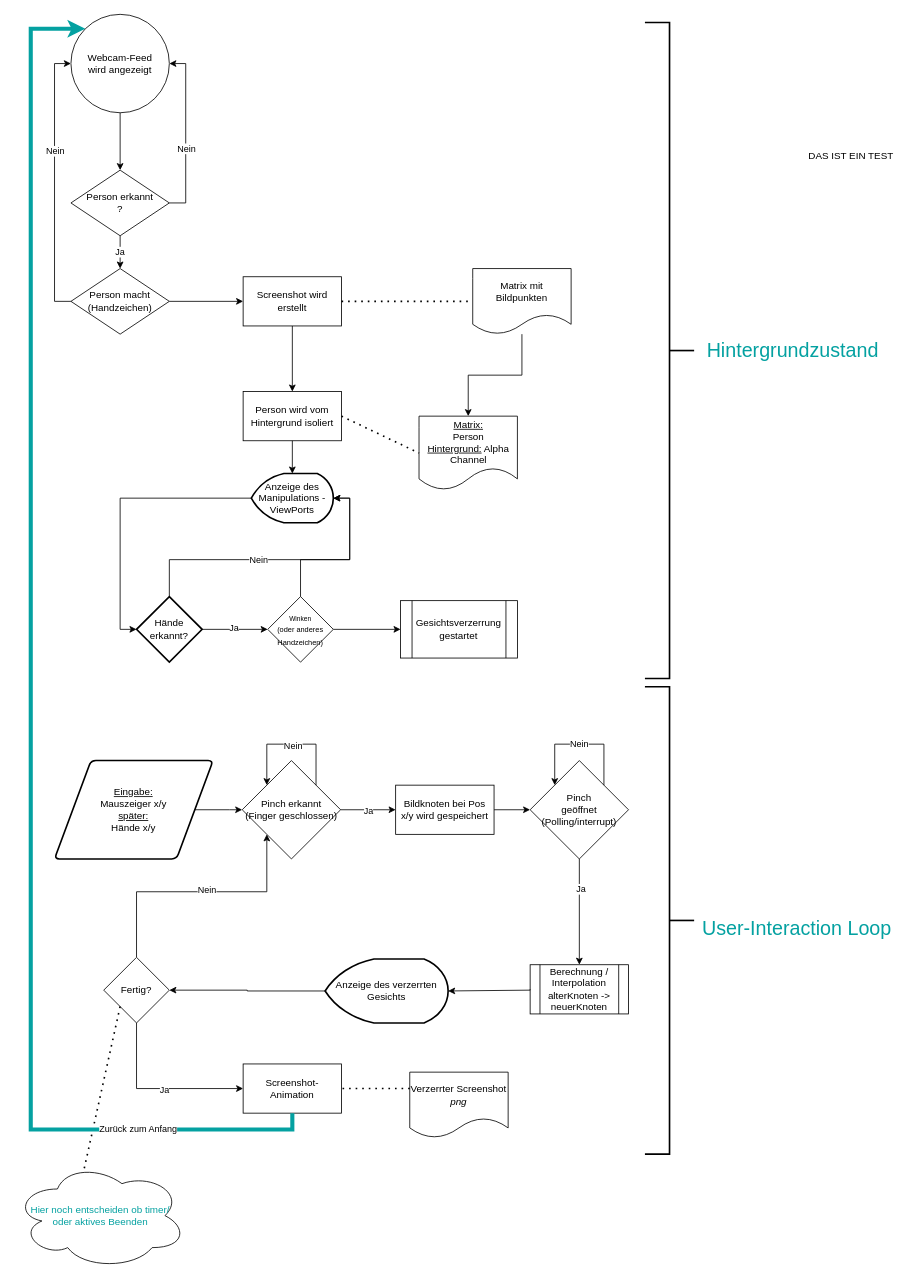
The draw.io diagram Ablaufdiagramm.drawio in vollkornholztuer/BabsProjekt311, before the edit. Source tidied: cells renumbered, new cells numbered last; positions are measured from the earlier drawing's top-left corner, leaving out a move shared by most shapes. Both pictures are drawn from the tidied source at 82%, with x=0, y=0 at pixel (14, 14).
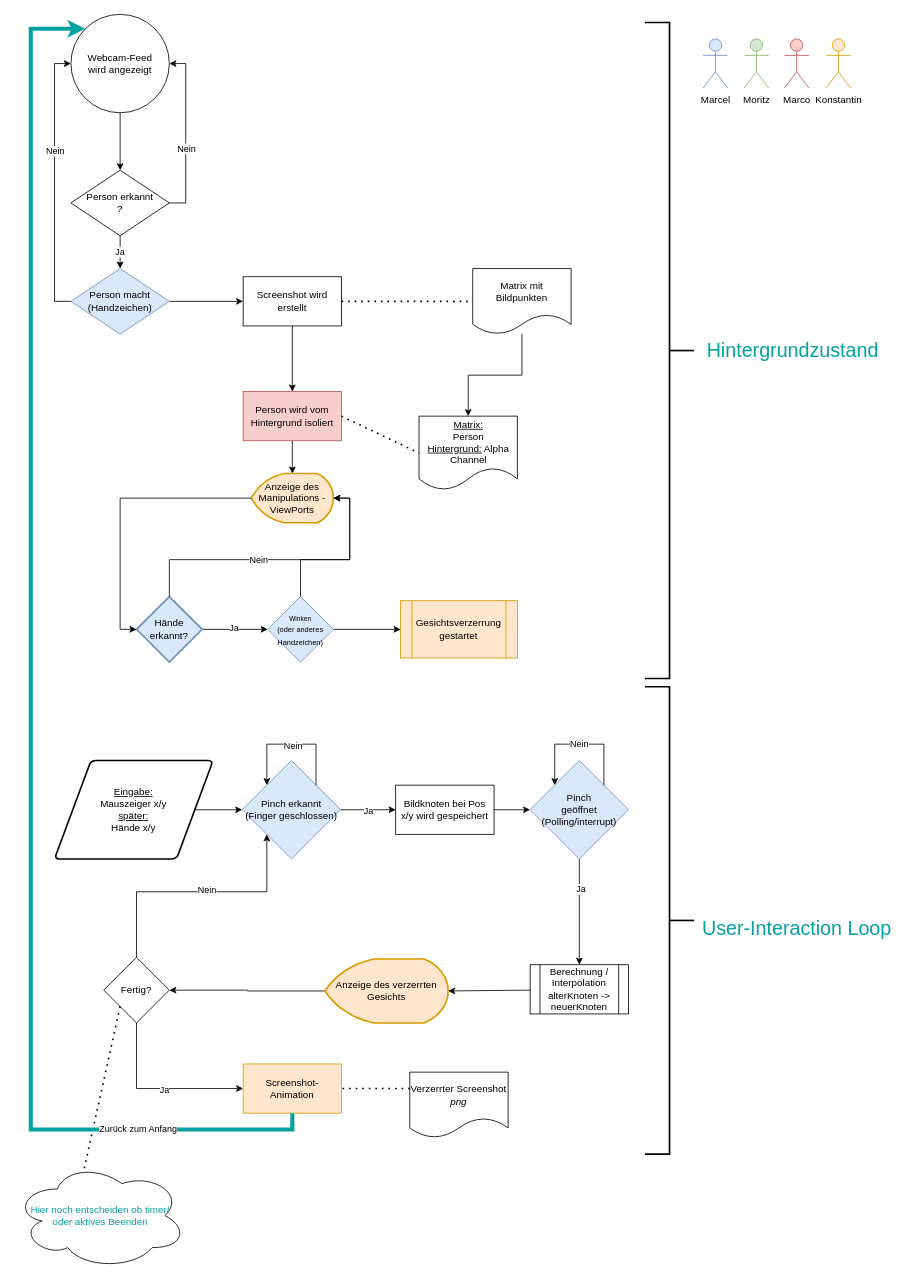
The same page after the edit.

Commit message:
Farbliche Zuteilung der aktuellen Teilprojekte

What changed in the source:
```diff
@@
-    <mxCell id="12" value="Person macht (Handzeichen)" style="rhombus;whiteSpace=wrap;html=1;" parent="1" vertex="1">
+    <mxCell id="12" value="Person macht (Handzeichen)" style="rhombus;whiteSpace=wrap;html=1;fillColor=#dae8fc;strokeColor=#6c8ebf;" parent="1" vertex="1">
       <mxGeometry x="69" y="310" width="120" height="80" as="geometry" />
     </mxCell>
@@
-    <mxCell id="18" value="Person wird vom Hintergrund isoliert" style="rounded=0;whiteSpace=wrap;html=1;" parent="1" vertex="1">
+    <mxCell id="18" value="Person wird vom Hintergrund isoliert" style="rounded=0;whiteSpace=wrap;html=1;fillColor=#f8cecc;strokeColor=#b85450;" parent="1" vertex="1">
       <mxGeometry x="279" y="460" width="120" height="60" as="geometry" />
     </mxCell>
@@
-    <mxCell id="22" value="Anzeige des Manipulations - ViewPorts" style="strokeWidth=2;html=1;shape=mxgraph.flowchart.display;whiteSpace=wrap;" parent="1" vertex="1">
+    <mxCell id="22" value="Anzeige des Manipulations - ViewPorts" style="strokeWidth=2;html=1;shape=mxgraph.flowchart.display;whiteSpace=wrap;fillColor=#ffe6cc;strokeColor=#d79b00;" parent="1" vertex="1">
       <mxGeometry x="289" y="560" width="100" height="60" as="geometry" />
     </mxCell>
@@
-    <mxCell id="24" value="&lt;font style=&quot;font-size: 8px;&quot;&gt;Winken&lt;/font&gt;&lt;div&gt;&lt;font style=&quot;font-size: 9px;&quot;&gt;(oder anderes Handzeichen)&lt;/font&gt;&lt;/div&gt;" style="rhombus;whiteSpace=wrap;html=1;" parent="1" vertex="1">
+    <mxCell id="24" value="&lt;font style=&quot;font-size: 8px;&quot;&gt;Winken&lt;/font&gt;&lt;div&gt;&lt;font style=&quot;font-size: 9px;&quot;&gt;(oder anderes Handzeichen)&lt;/font&gt;&lt;/div&gt;" style="rhombus;whiteSpace=wrap;html=1;fillColor=#dae8fc;strokeColor=#6c8ebf;" parent="1" vertex="1">
       <mxGeometry x="309" y="710" width="80" height="80" as="geometry" />
     </mxCell>
@@
-    <mxCell id="27" value="Hände&lt;div&gt;erkannt?&lt;/div&gt;" style="strokeWidth=2;html=1;shape=mxgraph.flowchart.decision;whiteSpace=wrap;" parent="1" vertex="1">
+    <mxCell id="27" value="Hände&lt;div&gt;erkannt?&lt;/div&gt;" style="strokeWidth=2;html=1;shape=mxgraph.flowchart.decision;whiteSpace=wrap;fillColor=#dae8fc;strokeColor=#6c8ebf;" parent="1" vertex="1">
       <mxGeometry x="149" y="710" width="80" height="80" as="geometry" />
     </mxCell>
@@
-    <mxCell id="33" value="Gesichtsverzerrung&lt;div&gt;gestartet&lt;/div&gt;" style="shape=process;whiteSpace=wrap;html=1;backgroundOutline=1;" parent="1" vertex="1">
+    <mxCell id="33" value="Gesichtsverzerrung&lt;div&gt;gestartet&lt;/div&gt;" style="shape=process;whiteSpace=wrap;html=1;backgroundOutline=1;fillColor=#ffe6cc;strokeColor=#d79b00;" parent="1" vertex="1">
       <mxGeometry x="471" y="715" width="142.5" height="70" as="geometry" />
     </mxCell>
@@
-    <mxCell id="36" value="Pinch erkannt&lt;div&gt;(Finger geschlossen)&lt;/div&gt;" style="rhombus;whiteSpace=wrap;html=1;" parent="1" vertex="1">
+    <mxCell id="36" value="Pinch erkannt&lt;div&gt;(Finger geschlossen)&lt;/div&gt;" style="rhombus;whiteSpace=wrap;html=1;fillColor=#dae8fc;strokeColor=#6c8ebf;" parent="1" vertex="1">
       <mxGeometry x="277.9" y="910" width="120" height="120" as="geometry" />
     </mxCell>
@@
-    <mxCell id="44" value="Pinch&lt;div&gt;geöffnet&lt;/div&gt;&lt;div&gt;(Polling/interrupt)&lt;/div&gt;" style="rhombus;whiteSpace=wrap;html=1;" parent="1" vertex="1">
+    <mxCell id="44" value="Pinch&lt;div&gt;geöffnet&lt;/div&gt;&lt;div&gt;(Polling/interrupt)&lt;/div&gt;" style="rhombus;whiteSpace=wrap;html=1;fillColor=#dae8fc;strokeColor=#6c8ebf;" parent="1" vertex="1">
       <mxGeometry x="629" y="910" width="120" height="120" as="geometry" />
     </mxCell>
@@
-    <mxCell id="49" value="Anzeige des verzerrten Gesichts" style="strokeWidth=2;html=1;shape=mxgraph.flowchart.display;whiteSpace=wrap;" parent="1" vertex="1">
+    <mxCell id="49" value="Anzeige des verzerrten Gesichts" style="strokeWidth=2;html=1;shape=mxgraph.flowchart.display;whiteSpace=wrap;fillColor=#ffe6cc;strokeColor=#d79b00;" parent="1" vertex="1">
       <mxGeometry x="379" y="1152" width="150" height="78" as="geometry" />
     </mxCell>
@@
-    <mxCell id="62" value="Screenshot-Animation" style="rounded=0;whiteSpace=wrap;html=1;" parent="1" vertex="1">
+    <mxCell id="62" value="Screenshot-Animation" style="rounded=0;whiteSpace=wrap;html=1;fillColor=#ffe6cc;strokeColor=#d79b00;" parent="1" vertex="1">
       <mxGeometry x="279" y="1280" width="120" height="60" as="geometry" />
     </mxCell>
@@
-    <mxCell id="67" value="DAS IST EIN TEST" style="text;html=1;align=center;verticalAlign=middle;strokeColor=none;fillColor=none;" parent="1" vertex="1">
-      <mxGeometry x="955" y="158" width="130" height="30" as="geometry" />
-    </mxCell>
+    <mxCell id="68" value="Marcel" style="shape=umlActor;verticalLabelPosition=bottom;verticalAlign=top;html=1;fillColor=#dae8fc;strokeColor=#6c8ebf;" parent="1" vertex="1">
+      <mxGeometry x="840" y="30" width="30" height="60" as="geometry" />
+    </mxCell>
+    <mxCell id="69" value="Moritz" style="shape=umlActor;verticalLabelPosition=bottom;verticalAlign=top;html=1;fillColor=#d5e8d4;strokeColor=#82b366;" parent="1" vertex="1">
+      <mxGeometry x="890" y="30" width="30" height="60" as="geometry" />
+    </mxCell>
+    <mxCell id="70" value="Marco" style="shape=umlActor;verticalLabelPosition=bottom;verticalAlign=top;html=1;fillColor=#f8cecc;strokeColor=#b85450;" parent="1" vertex="1">
+      <mxGeometry x="939" y="30" width="30" height="60" as="geometry" />
+    </mxCell>
+    <mxCell id="71" value="Konstantin" style="shape=umlActor;verticalLabelPosition=bottom;verticalAlign=top;html=1;fillColor=#ffe6cc;strokeColor=#d79b00;" parent="1" vertex="1">
+      <mxGeometry x="990" y="30" width="30" height="60" as="geometry" />
+    </mxCell>
```
